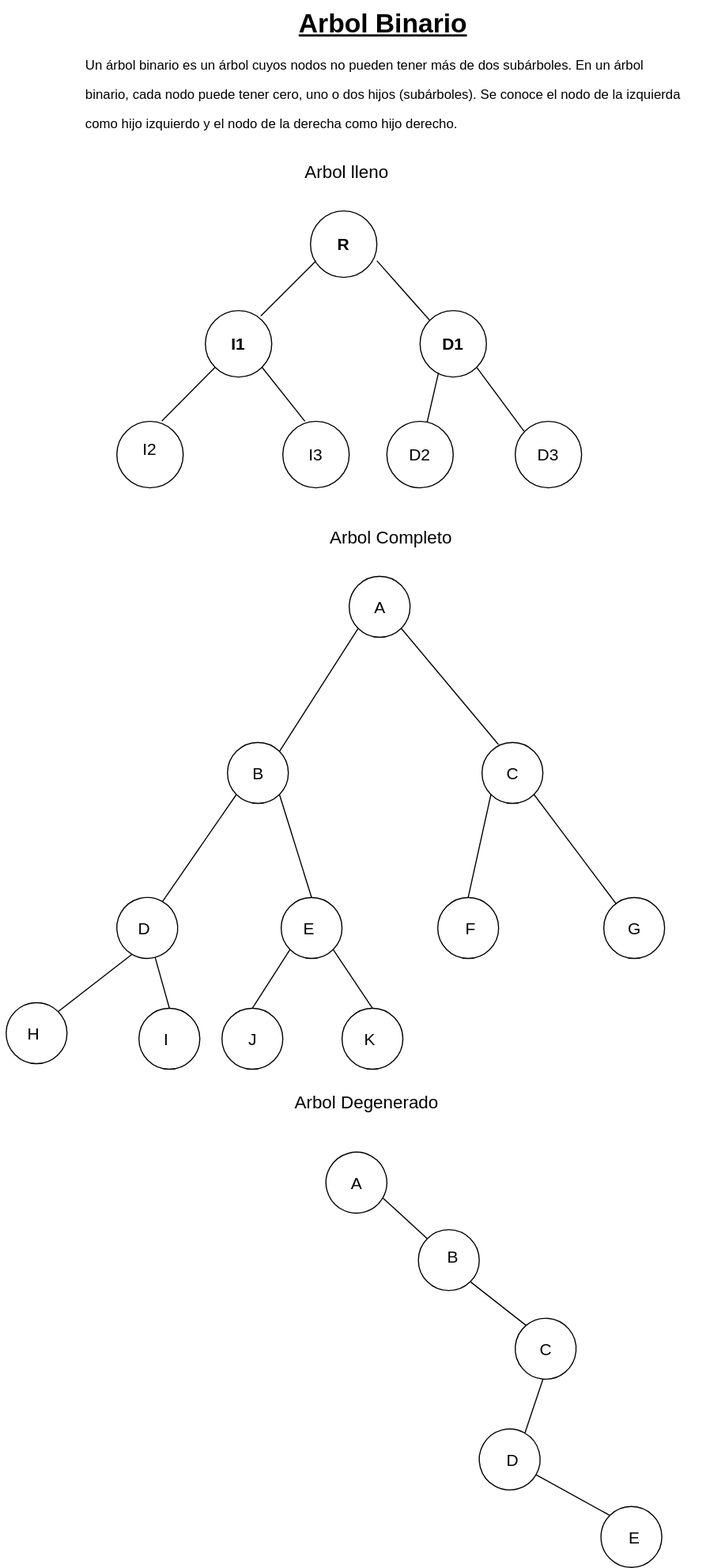
Nordcode-cyber/Algoritmos-Estructdatos keeps this draw.io diagram as Estructura-de-datos/Arboles/Arbol-binario.drawio.svg. Above is the earlier version. Source tidied: cells renumbered, new cells last; positions are measured from the earlier drawing's top-left corner, leaving out a move shared by most shapes.
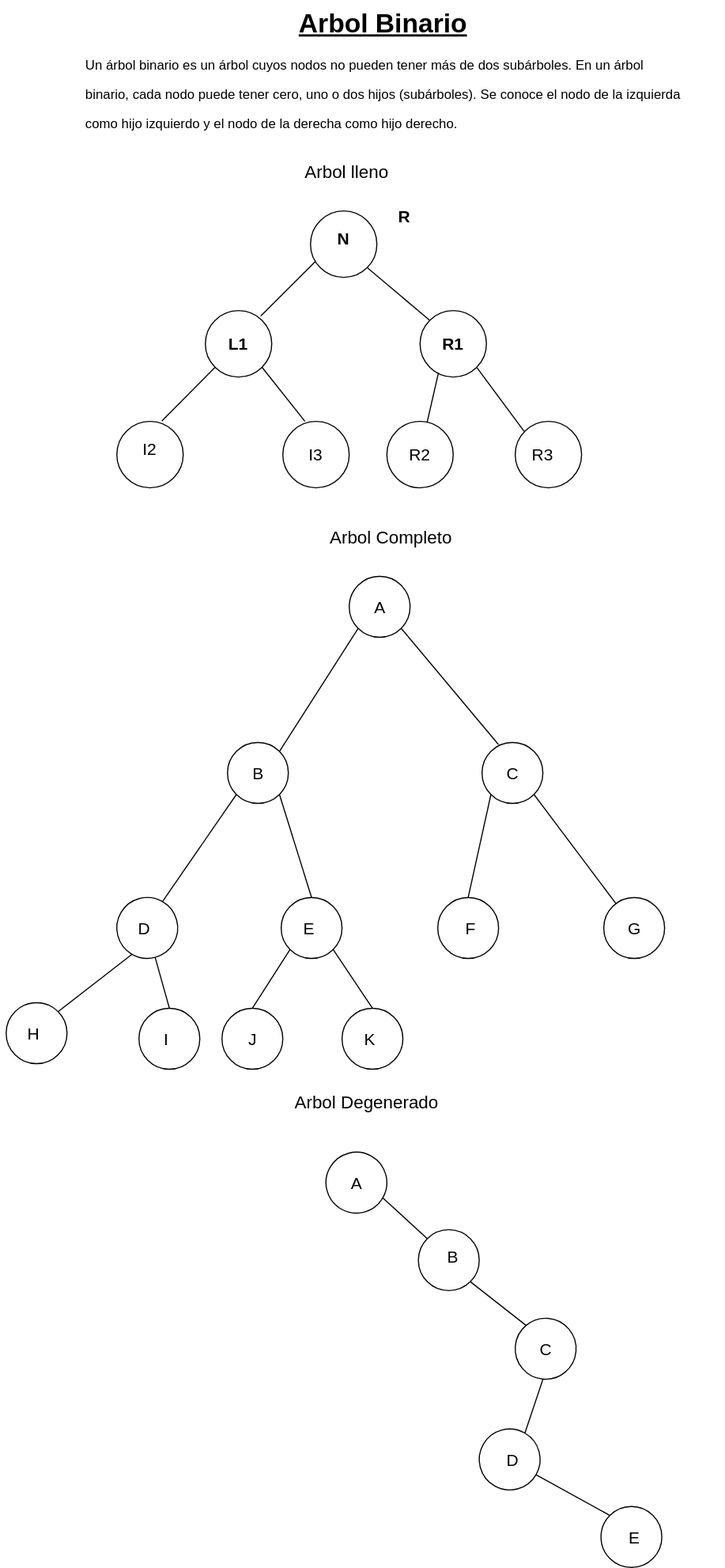
The same file after the commit.

Diff of the diagram source:
```diff
@@ -12,12 +12,12 @@
       <mxGeometry x="379" y="280" width="60" height="60" as="geometry" />
     </mxCell>
     <mxCell id="5" value="&lt;font style=&quot;font-size: 15px;&quot;&gt;&lt;b&gt;R&lt;/b&gt;&lt;/font&gt;" style="text;html=1;align=center;verticalAlign=middle;whiteSpace=wrap;rounded=0;" parent="1" vertex="1">
-      <mxGeometry x="280" y="205" width="60" height="30" as="geometry" />
+      <mxGeometry x="335" y="180" width="60" height="30" as="geometry" />
     </mxCell>
-    <mxCell id="6" value="&lt;font style=&quot;font-size: 15px;&quot;&gt;&lt;b&gt;I1&lt;/b&gt;&lt;/font&gt;" style="text;html=1;align=center;verticalAlign=middle;whiteSpace=wrap;rounded=0;" parent="1" vertex="1">
+    <mxCell id="6" value="&lt;font style=&quot;font-size: 15px;&quot;&gt;&lt;b&gt;L1&lt;/b&gt;&lt;/font&gt;" style="text;html=1;align=center;verticalAlign=middle;whiteSpace=wrap;rounded=0;" parent="1" vertex="1">
       <mxGeometry x="185" y="295" width="60" height="30" as="geometry" />
     </mxCell>
-    <mxCell id="7" value="&lt;span style=&quot;font-size: 15px;&quot;&gt;&lt;b&gt;D1&lt;/b&gt;&lt;/span&gt;" style="text;html=1;align=center;verticalAlign=middle;whiteSpace=wrap;rounded=0;" parent="1" vertex="1">
+    <mxCell id="7" value="&lt;span style=&quot;font-size: 15px;&quot;&gt;&lt;b&gt;R1&lt;/b&gt;&lt;/span&gt;" style="text;html=1;align=center;verticalAlign=middle;whiteSpace=wrap;rounded=0;" parent="1" vertex="1">
       <mxGeometry x="379" y="295" width="60" height="30" as="geometry" />
     </mxCell>
     <mxCell id="8" style="endArrow=none;html=1;" parent="1" edge="1">
@@ -26,7 +26,7 @@
         <mxPoint x="285" y="235" as="targetPoint" />
       </mxGeometry>
     </mxCell>
-    <mxCell id="9" style="endArrow=none;html=1;entryX=1;entryY=1;entryDx=0;entryDy=0;exitX=0;exitY=0;exitDx=0;exitDy=0;" parent="1" edge="1" source="4" target="5">
+    <mxCell id="9" style="endArrow=none;html=1;entryX=1;entryY=1;entryDx=0;entryDy=0;exitX=0;exitY=0;exitDx=0;exitDy=0;" parent="1" edge="1" source="4" target="2">
       <mxGeometry relative="1" as="geometry" />
     </mxCell>
     <mxCell id="10" style="ellipse;whiteSpace=wrap;html=1;fillColor=none;" parent="1" vertex="1">
@@ -52,7 +52,7 @@
     <mxCell id="16" style="ellipse;whiteSpace=wrap;html=1;fillColor=none;" parent="1" vertex="1">
       <mxGeometry x="465" y="380" width="60" height="60" as="geometry" />
     </mxCell>
-    <mxCell id="17" value="&lt;span style=&quot;font-size: 15px;&quot;&gt;D2&lt;/span&gt;" style="text;html=1;align=center;verticalAlign=middle;whiteSpace=wrap;rounded=0;" parent="1" vertex="1">
+    <mxCell id="17" value="&lt;span style=&quot;font-size: 15px;&quot;&gt;R2&lt;/span&gt;" style="text;html=1;align=center;verticalAlign=middle;whiteSpace=wrap;rounded=0;" parent="1" vertex="1">
       <mxGeometry x="349" y="395" width="60" height="30" as="geometry" />
     </mxCell>
     <mxCell id="18" style="endArrow=none;html=1;entryX=1;entryY=1;entryDx=0;entryDy=0;" parent="1" edge="1" target="4">
@@ -69,8 +69,8 @@
     <mxCell id="21" style="endArrow=none;html=1;entryX=0.278;entryY=0.935;entryDx=0;entryDy=0;entryPerimeter=0;" parent="1" edge="1" source="20" target="4">
       <mxGeometry relative="1" as="geometry" />
     </mxCell>
-    <mxCell id="22" value="&lt;font style=&quot;font-size: 15px;&quot;&gt;D3&lt;/font&gt;" style="text;html=1;align=center;verticalAlign=middle;whiteSpace=wrap;rounded=0;" parent="1" vertex="1">
-      <mxGeometry x="465" y="395" width="60" height="30" as="geometry" />
+    <mxCell id="22" value="&lt;font style=&quot;font-size: 15px;&quot;&gt;R3&lt;/font&gt;" style="text;html=1;align=center;verticalAlign=middle;whiteSpace=wrap;rounded=0;" parent="1" vertex="1">
+      <mxGeometry x="460" y="395" width="60" height="30" as="geometry" />
     </mxCell>
     <mxCell id="23" value="&lt;font style=&quot;font-size: 16px; color: light-dark(rgb(0, 0, 0), rgb(0, 255, 128));&quot;&gt;Arbol lleno&lt;/font&gt;" style="text;html=1;align=center;verticalAlign=middle;whiteSpace=wrap;rounded=0;" parent="1" vertex="1">
       <mxGeometry x="245" y="140" width="136" height="30" as="geometry" />
@@ -219,5 +219,8 @@
     <mxCell id="71" style="endArrow=none;html=1;exitX=0;exitY=0;exitDx=0;exitDy=0;entryX=1;entryY=0.5;entryDx=0;entryDy=0;" parent="1" edge="1" source="62" target="61">
       <mxGeometry relative="1" as="geometry" />
     </mxCell>
+    <mxCell id="72" value="&lt;font style=&quot;font-size: 15px;&quot;&gt;&lt;b&gt;N&lt;/b&gt;&lt;/font&gt;" style="text;html=1;align=center;verticalAlign=middle;whiteSpace=wrap;rounded=0;" parent="1" vertex="1">
+      <mxGeometry x="280" y="200" width="60" height="30" as="geometry" />
+    </mxCell>
   </root>
 </mxGraphModel>
```
